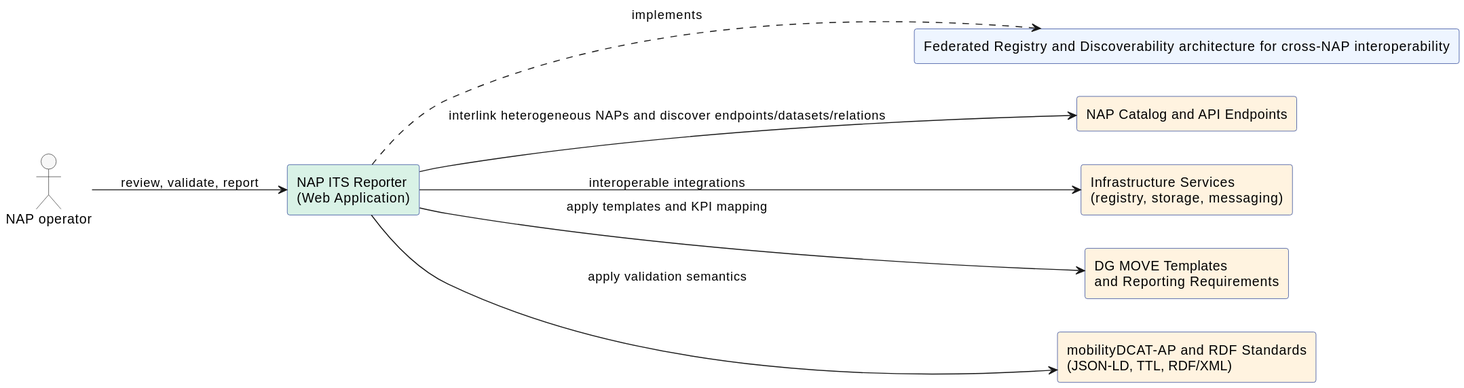
UM-KGPI/Napcore-ITS-Reporting keeps this PlantUML diagram as docs/architecture/svg/system-context.svg. Above is the earlier version.
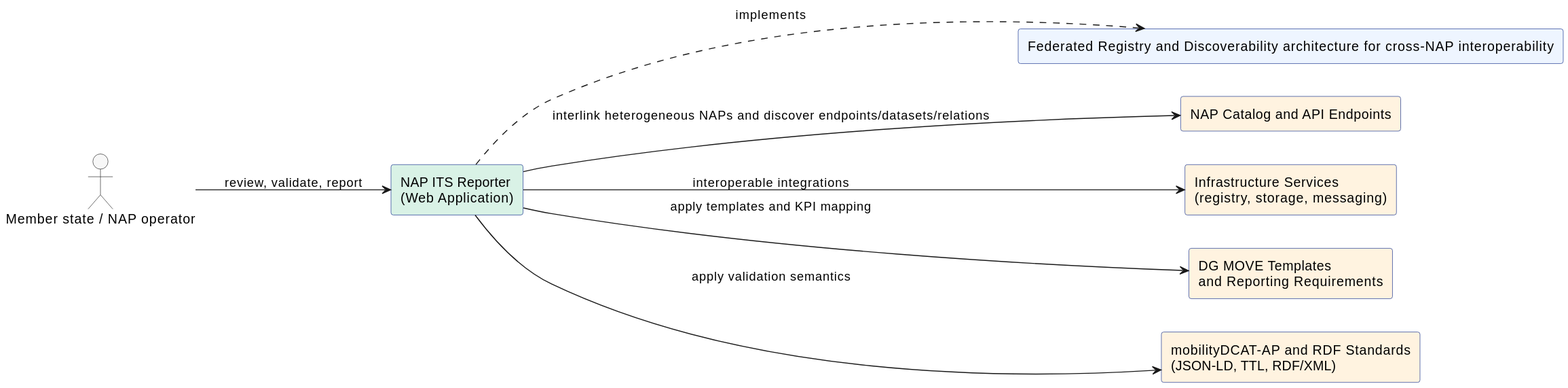
Later version of the same file.

Commit message:
Rename stakeholder to Member state / NAP operator

The edit, as a diff of the source:
```diff
@@ -13,7 +13,7 @@
   BorderColor #333333
 }
 
-actor "NAP operator" as U
+actor "Member state / NAP operator" as U
 
 rectangle "NAP ITS Reporter\n(Web Application)" as APP #d9f2e6
 rectangle "Federated Registry and Discoverability architecture for cross-NAP interoperability" as PATTERN #eef5ff
```
